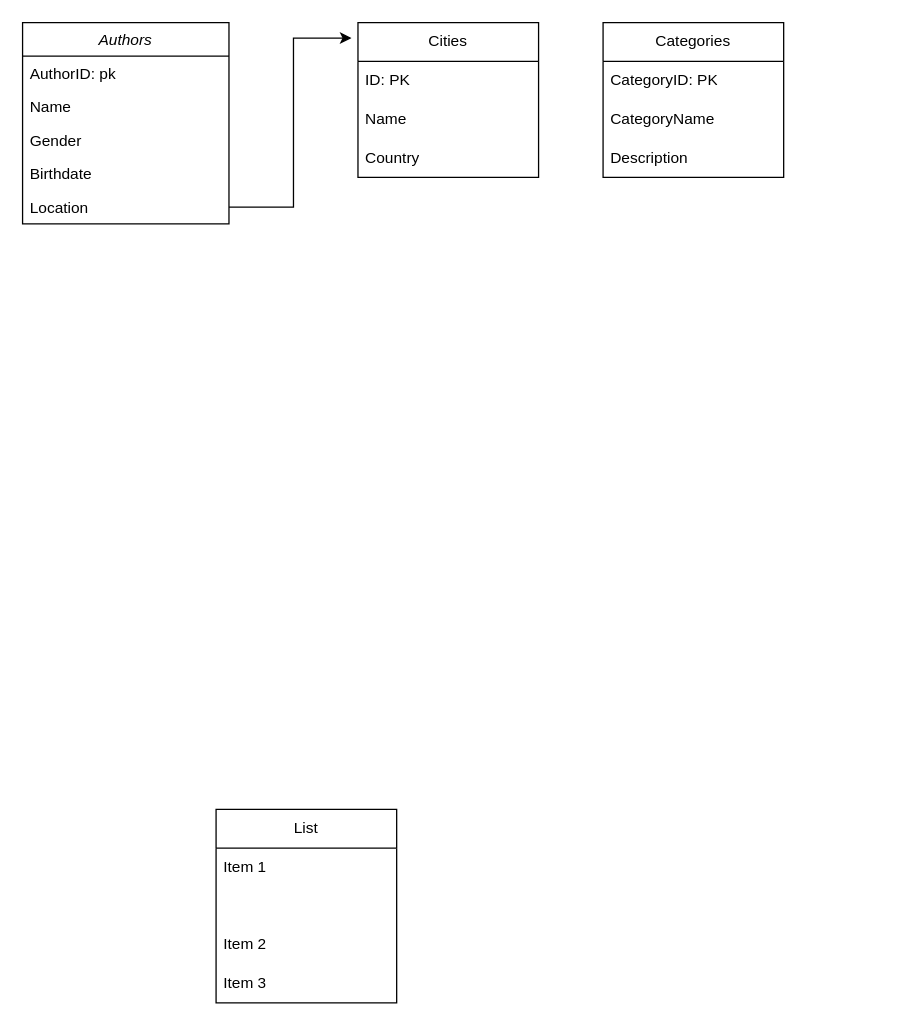
Before: ER-Diagram.drawio in Narges-Mntzr/Employee-Management-DataWarehouse, a draw.io diagram. Source tidied: cells renumbered, new cells numbered last; positions are measured from the earlier drawing's top-left corner, leaving out a move shared by most shapes. Both pictures are drawn from the tidied source at 129%, with x=0, y=0 at pixel (22, 22).
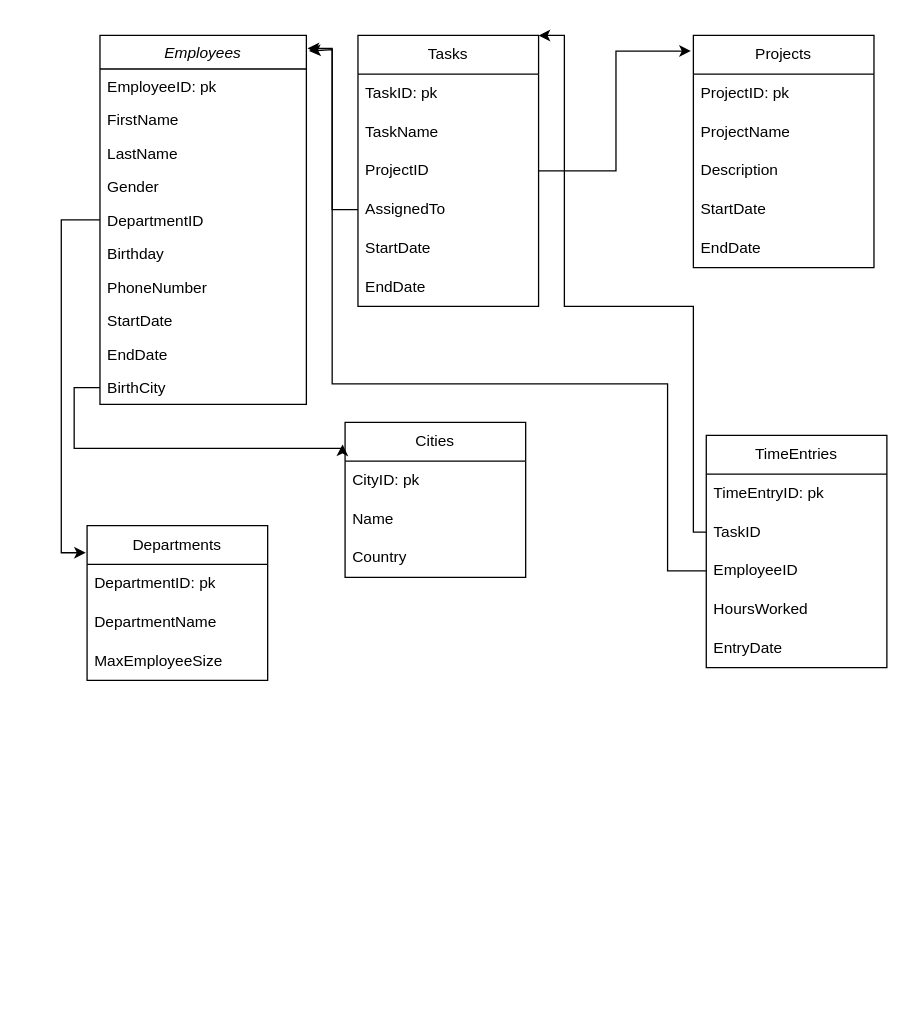
Above is the later version.

What changed in the source:
```diff
@@
-    <mxCell id="2" value="Authors" style="swimlane;fontStyle=2;align=center;verticalAlign=top;horizontal=1;startSize=26;rounded=0;shadow=0;strokeWidth=1;" parent="1" vertex="1">
-      <mxGeometry width="160" height="156" as="geometry" />
+    <mxCell id="2" value="Employees" style="swimlane;fontStyle=2;align=center;verticalAlign=top;horizontal=1;startSize=26;rounded=0;shadow=0;strokeWidth=1;" parent="1" vertex="1">
+      <mxGeometry x="60" y="10" width="160" height="286" as="geometry" />
     </mxCell>
-    <mxCell id="3" value="AuthorID: pk" style="text;align=left;verticalAlign=top;spacingLeft=4;spacingRight=4;overflow=hidden;" parent="2" vertex="1">
+    <mxCell id="3" value="EmployeeID: pk" style="text;align=left;verticalAlign=top;spacingLeft=4;spacingRight=4;overflow=hidden;" parent="2" vertex="1">
       <mxGeometry y="26" width="160" height="26" as="geometry" />
     </mxCell>
-    <mxCell id="4" value="Name" style="text;align=left;verticalAlign=top;spacingLeft=4;spacingRight=4;overflow=hidden;rounded=0;shadow=0;html=0;" parent="2" vertex="1">
+    <mxCell id="4" value="FirstName" style="text;align=left;verticalAlign=top;spacingLeft=4;spacingRight=4;overflow=hidden;rounded=0;shadow=0;html=0;" parent="2" vertex="1">
       <mxGeometry y="52" width="160" height="26" as="geometry" />
     </mxCell>
-    <mxCell id="5" value="Gender" style="text;align=left;verticalAlign=top;spacingLeft=4;spacingRight=4;overflow=hidden;rounded=0;shadow=0;html=0;" parent="2" vertex="1">
+    <mxCell id="5" value="LastName" style="text;align=left;verticalAlign=top;spacingLeft=4;spacingRight=4;overflow=hidden;rounded=0;shadow=0;html=0;" parent="2" vertex="1">
       <mxGeometry y="78" width="160" height="26" as="geometry" />
     </mxCell>
+    <mxCell id="22" value="Gender" style="text;align=left;verticalAlign=top;spacingLeft=4;spacingRight=4;overflow=hidden;rounded=0;shadow=0;html=0;" parent="2" vertex="1">
+      <mxGeometry y="104" width="160" height="26" as="geometry" />
+    </mxCell>
-    <mxCell id="6" value="Birthdate" style="text;align=left;verticalAlign=top;spacingLeft=4;spacingRight=4;overflow=hidden;points=[[0,0.5],[1,0.5]];portConstraint=eastwest;rounded=0;shadow=0;html=0;" parent="2" vertex="1">
-      <mxGeometry y="104" width="160" height="26" as="geometry" />
+    <mxCell id="6" value="DepartmentID" style="text;align=left;verticalAlign=top;spacingLeft=4;spacingRight=4;overflow=hidden;points=[[0,0.5],[1,0.5]];portConstraint=eastwest;rounded=0;shadow=0;html=0;" parent="2" vertex="1">
+      <mxGeometry y="130" width="160" height="26" as="geometry" />
     </mxCell>
+    <mxCell id="23" value="Birthday" style="text;align=left;verticalAlign=top;spacingLeft=4;spacingRight=4;overflow=hidden;rounded=0;shadow=0;html=0;" parent="2" vertex="1">
+      <mxGeometry y="156" width="160" height="26" as="geometry" />
+    </mxCell>
+    <mxCell id="24" value="PhoneNumber" style="text;align=left;verticalAlign=top;spacingLeft=4;spacingRight=4;overflow=hidden;rounded=0;shadow=0;html=0;" parent="2" vertex="1">
+      <mxGeometry y="182" width="160" height="26" as="geometry" />
+    </mxCell>
-    <mxCell id="7" value="Location" style="text;align=left;verticalAlign=top;spacingLeft=4;spacingRight=4;overflow=hidden;points=[[0,0.5],[1,0.5]];portConstraint=eastwest;rounded=0;shadow=0;html=0;" parent="2" vertex="1">
-      <mxGeometry y="130" width="160" height="26" as="geometry" />
+    <mxCell id="7" value="StartDate" style="text;align=left;verticalAlign=top;spacingLeft=4;spacingRight=4;overflow=hidden;points=[[0,0.5],[1,0.5]];portConstraint=eastwest;rounded=0;shadow=0;html=0;" parent="2" vertex="1">
+      <mxGeometry y="208" width="160" height="26" as="geometry" />
     </mxCell>
-    <mxCell id="8" value="List" style="swimlane;fontStyle=0;horizontal=1;startSize=30;whiteSpace=wrap;html=1;" parent="1" vertex="1">
-      <mxGeometry x="150" y="610" width="140" height="150" as="geometry" />
-    </mxCell>
-    <mxCell id="9" value="Item 1" style="text;strokeColor=none;fillColor=none;align=left;verticalAlign=middle;spacingLeft=4;spacingRight=4;overflow=hidden;whiteSpace=wrap;html=1;" parent="8" vertex="1">
-      <mxGeometry y="30" width="140" height="30" as="geometry" />
-    </mxCell>
-    <mxCell id="10" style="text;strokeColor=none;fillColor=none;align=left;verticalAlign=middle;spacingLeft=4;spacingRight=4;overflow=hidden;whiteSpace=wrap;html=1;" parent="8" vertex="1">
-      <mxGeometry y="60" width="140" height="30" as="geometry" />
-    </mxCell>
-    <mxCell id="11" value="Item 2" style="text;strokeColor=none;fillColor=none;align=left;verticalAlign=middle;spacingLeft=4;spacingRight=4;overflow=hidden;whiteSpace=wrap;html=1;" parent="8" vertex="1">
-      <mxGeometry y="90" width="140" height="30" as="geometry" />
-    </mxCell>
-    <mxCell id="12" value="Item 3" style="text;strokeColor=none;fillColor=none;align=left;verticalAlign=middle;spacingLeft=4;spacingRight=4;overflow=hidden;whiteSpace=wrap;html=1;" parent="8" vertex="1">
-      <mxGeometry y="120" width="140" height="30" as="geometry" />
-    </mxCell>
+    <mxCell id="25" value="EndDate" style="text;align=left;verticalAlign=top;spacingLeft=4;spacingRight=4;overflow=hidden;rounded=0;shadow=0;html=0;" parent="2" vertex="1">
+      <mxGeometry y="234" width="160" height="26" as="geometry" />
+    </mxCell>
+    <mxCell id="26" value="BirthCity" style="text;align=left;verticalAlign=top;spacingLeft=4;spacingRight=4;overflow=hidden;points=[[0,0.5],[1,0.5]];portConstraint=eastwest;rounded=0;shadow=0;html=0;" parent="2" vertex="1">
+      <mxGeometry y="260" width="160" height="26" as="geometry" />
+    </mxCell>
-    <mxCell id="13" value="Cities" style="swimlane;fontStyle=0;horizontal=1;startSize=30;whiteSpace=wrap;html=1;" parent="1" vertex="1">
-      <mxGeometry x="260" width="140" height="120" as="geometry" />
+    <mxCell id="13" value="Projects" style="swimlane;fontStyle=0;horizontal=1;startSize=30;whiteSpace=wrap;html=1;" parent="1" vertex="1">
+      <mxGeometry x="520" y="10" width="140" height="180" as="geometry" />
     </mxCell>
-    <mxCell id="14" value="ID: PK" style="text;strokeColor=none;fillColor=none;align=left;verticalAlign=middle;spacingLeft=4;spacingRight=4;overflow=hidden;whiteSpace=wrap;html=1;" parent="13" vertex="1">
+    <mxCell id="14" value="ProjectID: pk" style="text;strokeColor=none;fillColor=none;align=left;verticalAlign=middle;spacingLeft=4;spacingRight=4;overflow=hidden;whiteSpace=wrap;html=1;" parent="13" vertex="1">
       <mxGeometry y="30" width="140" height="30" as="geometry" />
     </mxCell>
-    <mxCell id="15" value="Name" style="text;strokeColor=none;fillColor=none;align=left;verticalAlign=middle;spacingLeft=4;spacingRight=4;overflow=hidden;whiteSpace=wrap;html=1;" parent="13" vertex="1">
+    <mxCell id="15" value="ProjectName" style="text;strokeColor=none;fillColor=none;align=left;verticalAlign=middle;spacingLeft=4;spacingRight=4;overflow=hidden;whiteSpace=wrap;html=1;" parent="13" vertex="1">
       <mxGeometry y="60" width="140" height="30" as="geometry" />
     </mxCell>
+    <mxCell id="27" value="Description" style="text;strokeColor=none;fillColor=none;align=left;verticalAlign=middle;spacingLeft=4;spacingRight=4;overflow=hidden;whiteSpace=wrap;html=1;" parent="13" vertex="1">
+      <mxGeometry y="90" width="140" height="30" as="geometry" />
+    </mxCell>
-    <mxCell id="16" value="Country" style="text;strokeColor=none;fillColor=none;align=left;verticalAlign=middle;spacingLeft=4;spacingRight=4;overflow=hidden;whiteSpace=wrap;html=1;" parent="13" vertex="1">
-      <mxGeometry y="90" width="140" height="30" as="geometry" />
+    <mxCell id="16" value="StartDate" style="text;strokeColor=none;fillColor=none;align=left;verticalAlign=middle;spacingLeft=4;spacingRight=4;overflow=hidden;whiteSpace=wrap;html=1;" parent="13" vertex="1">
+      <mxGeometry y="120" width="140" height="30" as="geometry" />
     </mxCell>
-    <mxCell id="17" style="edgeStyle=orthogonalEdgeStyle;rounded=0;jettySize=auto;html=1;entryX=-0.036;entryY=0.1;entryDx=0;entryDy=0;entryPerimeter=0;" parent="1" edge="1" source="7" target="13">
-      <mxGeometry relative="1" as="geometry">
-        <Array as="points">
-          <mxPoint x="210" y="143" />
-          <mxPoint x="210" y="12" />
-        </Array>
-      </mxGeometry>
-    </mxCell>
+    <mxCell id="28" value="EndDate" style="text;strokeColor=none;fillColor=none;align=left;verticalAlign=middle;spacingLeft=4;spacingRight=4;overflow=hidden;whiteSpace=wrap;html=1;" parent="13" vertex="1">
+      <mxGeometry y="150" width="140" height="30" as="geometry" />
+    </mxCell>
-    <mxCell id="18" value="Categories" style="swimlane;fontStyle=0;horizontal=1;startSize=30;whiteSpace=wrap;html=1;" parent="1" vertex="1">
-      <mxGeometry x="450" width="140" height="120" as="geometry" />
+    <mxCell id="18" value="Tasks" style="swimlane;fontStyle=0;horizontal=1;startSize=30;whiteSpace=wrap;html=1;" parent="1" vertex="1">
+      <mxGeometry x="260" y="10" width="140" height="210" as="geometry" />
     </mxCell>
-    <mxCell id="19" value="CategoryID: PK" style="text;strokeColor=none;fillColor=none;align=left;verticalAlign=middle;spacingLeft=4;spacingRight=4;overflow=hidden;whiteSpace=wrap;html=1;" parent="18" vertex="1">
+    <mxCell id="19" value="TaskID: pk" style="text;strokeColor=none;fillColor=none;align=left;verticalAlign=middle;spacingLeft=4;spacingRight=4;overflow=hidden;whiteSpace=wrap;html=1;" parent="18" vertex="1">
       <mxGeometry y="30" width="140" height="30" as="geometry" />
     </mxCell>
-    <mxCell id="20" value="CategoryName" style="text;strokeColor=none;fillColor=none;align=left;verticalAlign=middle;spacingLeft=4;spacingRight=4;overflow=hidden;whiteSpace=wrap;html=1;" parent="18" vertex="1">
+    <mxCell id="20" value="TaskName" style="text;strokeColor=none;fillColor=none;align=left;verticalAlign=middle;spacingLeft=4;spacingRight=4;overflow=hidden;whiteSpace=wrap;html=1;" parent="18" vertex="1">
       <mxGeometry y="60" width="140" height="30" as="geometry" />
     </mxCell>
-    <mxCell id="21" value="Description" style="text;strokeColor=none;fillColor=none;align=left;verticalAlign=middle;spacingLeft=4;spacingRight=4;overflow=hidden;points=[[0,0.5],[1,0.5]];portConstraint=eastwest;whiteSpace=wrap;html=1;" parent="18" vertex="1">
+    <mxCell id="21" value="ProjectID" style="text;strokeColor=none;fillColor=none;align=left;verticalAlign=middle;spacingLeft=4;spacingRight=4;overflow=hidden;points=[[0,0.5],[1,0.5]];portConstraint=eastwest;whiteSpace=wrap;html=1;" parent="18" vertex="1">
       <mxGeometry y="90" width="140" height="30" as="geometry" />
     </mxCell>
+    <mxCell id="29" value="AssignedTo" style="text;strokeColor=none;fillColor=none;align=left;verticalAlign=middle;spacingLeft=4;spacingRight=4;overflow=hidden;points=[[0,0.5],[1,0.5]];portConstraint=eastwest;whiteSpace=wrap;html=1;" parent="18" vertex="1">
+      <mxGeometry y="120" width="140" height="30" as="geometry" />
+    </mxCell>
+    <mxCell id="30" value="StartDate" style="text;strokeColor=none;fillColor=none;align=left;verticalAlign=middle;spacingLeft=4;spacingRight=4;overflow=hidden;whiteSpace=wrap;html=1;" parent="18" vertex="1">
+      <mxGeometry y="150" width="140" height="30" as="geometry" />
+    </mxCell>
+    <mxCell id="31" value="EndDate" style="text;strokeColor=none;fillColor=none;align=left;verticalAlign=middle;spacingLeft=4;spacingRight=4;overflow=hidden;whiteSpace=wrap;html=1;" parent="18" vertex="1">
+      <mxGeometry y="180" width="140" height="30" as="geometry" />
+    </mxCell>
+    <mxCell id="32" style="edgeStyle=orthogonalEdgeStyle;rounded=0;jettySize=auto;html=1;exitX=1;exitY=0.5;exitDx=0;exitDy=0;entryX=-0.014;entryY=0.067;entryDx=0;entryDy=0;entryPerimeter=0;" parent="1" edge="1" source="21" target="13">
+      <mxGeometry relative="1" as="geometry">
+        <Array as="points">
+          <mxPoint x="460" y="115" />
+          <mxPoint x="460" y="22" />
+        </Array>
+      </mxGeometry>
+    </mxCell>
+    <mxCell id="33" style="edgeStyle=orthogonalEdgeStyle;rounded=0;jettySize=auto;html=1;exitX=0;exitY=0.5;exitDx=0;exitDy=0;entryX=1.006;entryY=0.035;entryDx=0;entryDy=0;entryPerimeter=0;" parent="1" edge="1" source="29" target="2">
+      <mxGeometry relative="1" as="geometry" />
+    </mxCell>
+    <mxCell id="34" value="TimeEntries" style="swimlane;fontStyle=0;horizontal=1;startSize=30;whiteSpace=wrap;html=1;" parent="1" vertex="1">
+      <mxGeometry x="530" y="320" width="140" height="180" as="geometry" />
+    </mxCell>
+    <mxCell id="35" value="TimeEntryID: pk" style="text;strokeColor=none;fillColor=none;align=left;verticalAlign=middle;spacingLeft=4;spacingRight=4;overflow=hidden;whiteSpace=wrap;html=1;" parent="34" vertex="1">
+      <mxGeometry y="30" width="140" height="30" as="geometry" />
+    </mxCell>
+    <mxCell id="36" value="TaskID" style="text;strokeColor=none;fillColor=none;align=left;verticalAlign=middle;spacingLeft=4;spacingRight=4;overflow=hidden;points=[[0,0.5],[1,0.5]];portConstraint=eastwest;whiteSpace=wrap;html=1;" parent="34" vertex="1">
+      <mxGeometry y="60" width="140" height="30" as="geometry" />
+    </mxCell>
+    <mxCell id="37" value="EmployeeID" style="text;strokeColor=none;fillColor=none;align=left;verticalAlign=middle;spacingLeft=4;spacingRight=4;overflow=hidden;points=[[0,0.5],[1,0.5]];portConstraint=eastwest;whiteSpace=wrap;html=1;" parent="34" vertex="1">
+      <mxGeometry y="90" width="140" height="30" as="geometry" />
+    </mxCell>
+    <mxCell id="38" value="HoursWorked" style="text;strokeColor=none;fillColor=none;align=left;verticalAlign=middle;spacingLeft=4;spacingRight=4;overflow=hidden;whiteSpace=wrap;html=1;" parent="34" vertex="1">
+      <mxGeometry y="120" width="140" height="30" as="geometry" />
+    </mxCell>
+    <mxCell id="39" value="EntryDate" style="text;strokeColor=none;fillColor=none;align=left;verticalAlign=middle;spacingLeft=4;spacingRight=4;overflow=hidden;whiteSpace=wrap;html=1;" parent="34" vertex="1">
+      <mxGeometry y="150" width="140" height="30" as="geometry" />
+    </mxCell>
+    <mxCell id="40" value="Departments" style="swimlane;fontStyle=0;horizontal=1;startSize=30;whiteSpace=wrap;html=1;" parent="1" vertex="1">
+      <mxGeometry x="50" y="390" width="140" height="120" as="geometry" />
+    </mxCell>
+    <mxCell id="41" value="DepartmentID: pk" style="text;strokeColor=none;fillColor=none;align=left;verticalAlign=middle;spacingLeft=4;spacingRight=4;overflow=hidden;whiteSpace=wrap;html=1;" parent="40" vertex="1">
+      <mxGeometry y="30" width="140" height="30" as="geometry" />
+    </mxCell>
+    <mxCell id="42" value="DepartmentName" style="text;strokeColor=none;fillColor=none;align=left;verticalAlign=middle;spacingLeft=4;spacingRight=4;overflow=hidden;whiteSpace=wrap;html=1;" parent="40" vertex="1">
+      <mxGeometry y="60" width="140" height="30" as="geometry" />
+    </mxCell>
+    <mxCell id="43" value="MaxEmployeeSize" style="text;strokeColor=none;fillColor=none;align=left;verticalAlign=middle;spacingLeft=4;spacingRight=4;overflow=hidden;whiteSpace=wrap;html=1;" parent="40" vertex="1">
+      <mxGeometry y="90" width="140" height="30" as="geometry" />
+    </mxCell>
+    <mxCell id="44" style="edgeStyle=orthogonalEdgeStyle;rounded=0;jettySize=auto;html=1;exitX=0;exitY=0.5;exitDx=0;exitDy=0;entryX=1.013;entryY=0.042;entryDx=0;entryDy=0;entryPerimeter=0;" parent="1" edge="1" source="37" target="2">
+      <mxGeometry relative="1" as="geometry">
+        <Array as="points">
+          <mxPoint x="500" y="425" />
+          <mxPoint x="500" y="280" />
+          <mxPoint x="240" y="280" />
+          <mxPoint x="240" y="21" />
+        </Array>
+      </mxGeometry>
+    </mxCell>
+    <mxCell id="45" style="edgeStyle=orthogonalEdgeStyle;rounded=0;jettySize=auto;html=1;exitX=0;exitY=0.5;exitDx=0;exitDy=0;entryX=1;entryY=0;entryDx=0;entryDy=0;" parent="1" edge="1" source="36" target="18">
+      <mxGeometry relative="1" as="geometry">
+        <Array as="points">
+          <mxPoint x="520" y="395" />
+          <mxPoint x="520" y="220" />
+          <mxPoint x="420" y="220" />
+          <mxPoint x="420" y="10" />
+        </Array>
+      </mxGeometry>
+    </mxCell>
+    <mxCell id="46" style="edgeStyle=orthogonalEdgeStyle;rounded=0;jettySize=auto;html=1;entryX=-0.007;entryY=0.175;entryDx=0;entryDy=0;entryPerimeter=0;" parent="1" edge="1" source="6" target="40">
+      <mxGeometry relative="1" as="geometry">
+        <Array as="points">
+          <mxPoint x="30" y="153" />
+          <mxPoint x="30" y="411" />
+        </Array>
+      </mxGeometry>
+    </mxCell>
+    <mxCell id="47" value="Cities" style="swimlane;fontStyle=0;horizontal=1;startSize=30;whiteSpace=wrap;html=1;" parent="1" vertex="1">
+      <mxGeometry x="250" y="310" width="140" height="120" as="geometry" />
+    </mxCell>
+    <mxCell id="48" value="CityID: pk" style="text;strokeColor=none;fillColor=none;align=left;verticalAlign=middle;spacingLeft=4;spacingRight=4;overflow=hidden;whiteSpace=wrap;html=1;" parent="47" vertex="1">
+      <mxGeometry y="30" width="140" height="30" as="geometry" />
+    </mxCell>
+    <mxCell id="49" value="Name" style="text;strokeColor=none;fillColor=none;align=left;verticalAlign=middle;spacingLeft=4;spacingRight=4;overflow=hidden;whiteSpace=wrap;html=1;" parent="47" vertex="1">
+      <mxGeometry y="60" width="140" height="30" as="geometry" />
+    </mxCell>
+    <mxCell id="50" value="Country" style="text;strokeColor=none;fillColor=none;align=left;verticalAlign=middle;spacingLeft=4;spacingRight=4;overflow=hidden;whiteSpace=wrap;html=1;" parent="47" vertex="1">
+      <mxGeometry y="90" width="140" height="30" as="geometry" />
+    </mxCell>
+    <mxCell id="51" style="edgeStyle=orthogonalEdgeStyle;rounded=0;jettySize=auto;html=1;exitX=0;exitY=0.5;exitDx=0;exitDy=0;entryX=-0.014;entryY=0.142;entryDx=0;entryDy=0;entryPerimeter=0;" parent="1" edge="1" source="26" target="47">
+      <mxGeometry relative="1" as="geometry">
+        <Array as="points">
+          <mxPoint x="40" y="283" />
+          <mxPoint x="40" y="330" />
+          <mxPoint x="248" y="330" />
+        </Array>
+      </mxGeometry>
+    </mxCell>
```
